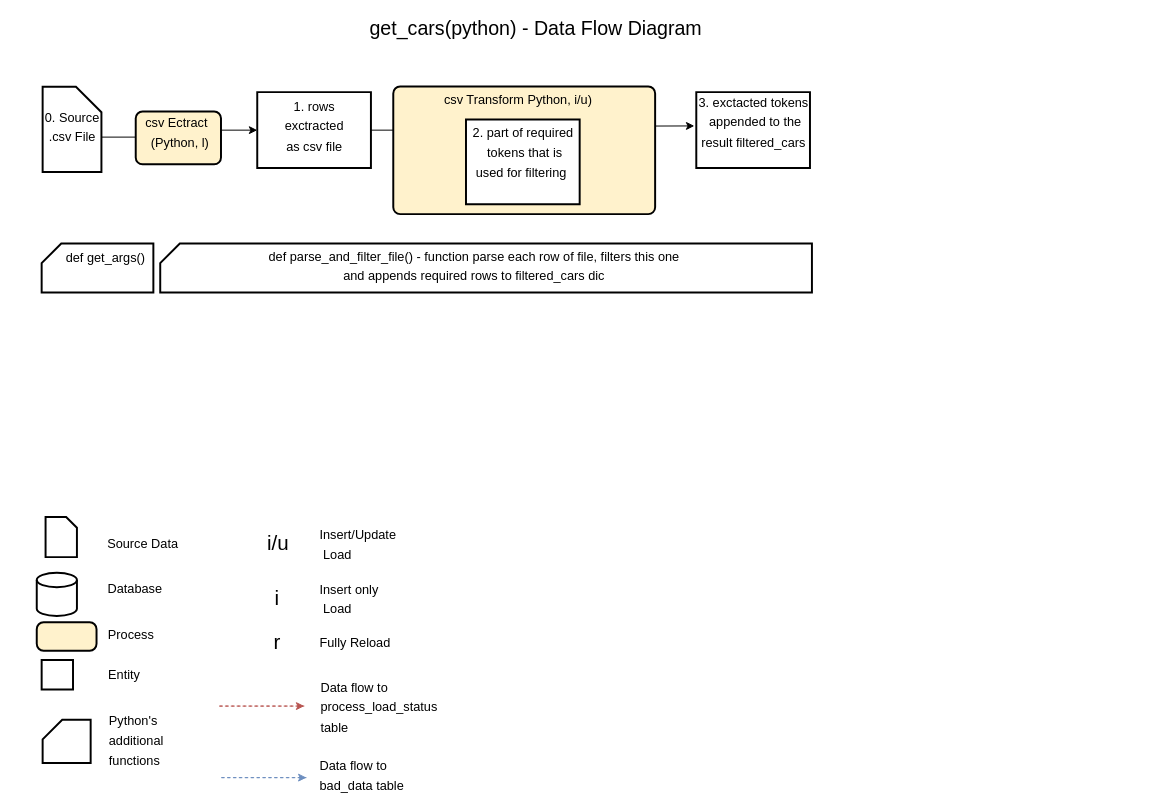
Above: page "DF Diagram" (1 of 4) of diagrams/get_cars(python) - data flow diagram.drawio in mrM0nk/data_engineer_2023 (draw.io), before the change. Source tidied: cells renumbered, new cells numbered last; positions are measured from the earlier drawing's top-left corner, leaving out a move shared by most shapes. Both pictures are drawn from the tidied source at 98%, with x=0, y=0 at pixel (32, 18).
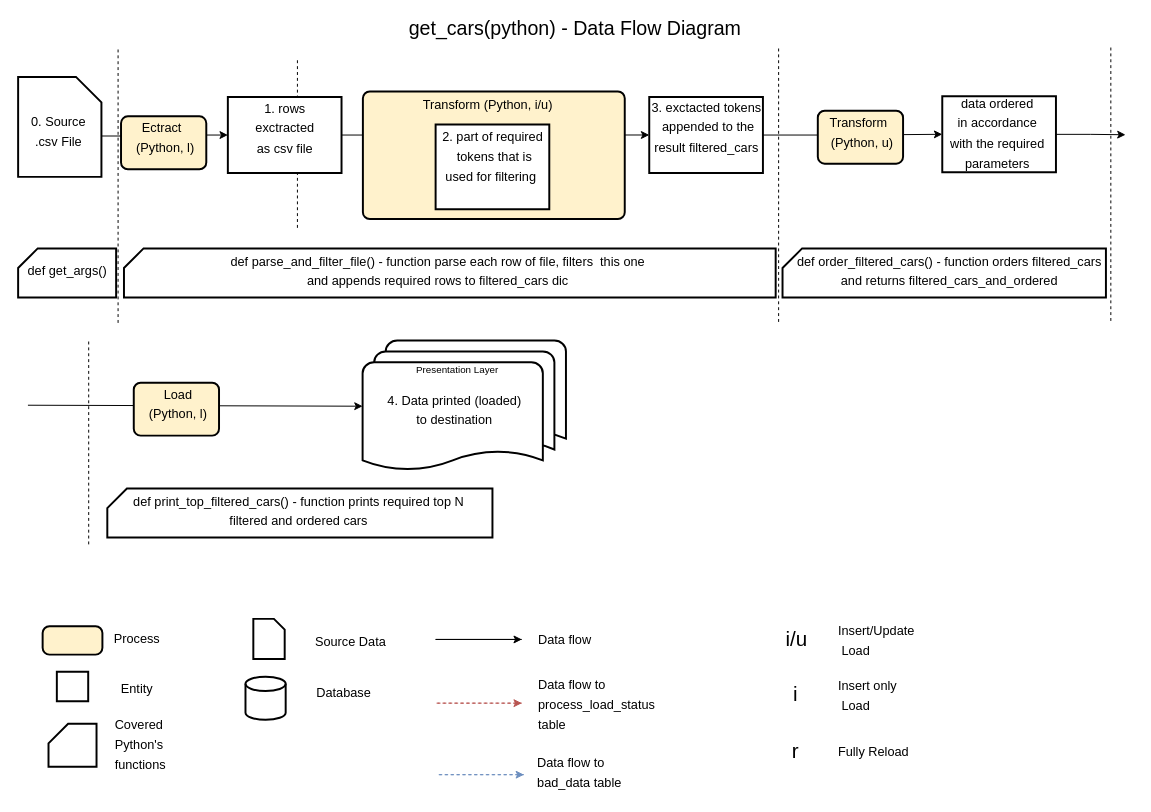
After the change.

Change to the diagram source:
```diff
@@
+    <mxCell id="41" style="endArrow=none;dashed=1;html=1;rounded=0;" parent="1" edge="1">
+      <mxGeometry relative="1" as="geometry">
+        <mxPoint x="270" y="214" as="sourcePoint" />
+        <mxPoint x="270" y="40.5" as="targetPoint" />
+      </mxGeometry>
+    </mxCell>
     <mxCell id="2" value="&lt;font style=&quot;font-size: 20px&quot;&gt;get_cars(python) - Data Flow Diagram&lt;/font&gt;" style="text;html=1;align=left;verticalAlign=top;spacingTop=-8;fontSize=14;spacingLeft=7;" parent="1" vertex="1">
-      <mxGeometry x="335" width="370" height="30" as="geometry" />
+      <mxGeometry x="375" width="370" height="30" as="geometry" />
     </mxCell>
@@
     <mxCell id="4" style="verticalLabelPosition=bottom;verticalAlign=top;html=1;strokeWidth=2;shape=card;whiteSpace=wrap;size=26;arcSize=12;startSize=26;fillColor=#FFFFFF;fontSize=17;direction=south;" parent="1" vertex="1">
-      <mxGeometry x="10" y="70" width="60" height="87" as="geometry" />
+      <mxGeometry x="-15" y="60" width="85" height="102" as="geometry" />
     </mxCell>
     <mxCell id="5" style="rounded=1;whiteSpace=wrap;html=1;absoluteArcSize=1;arcSize=14;strokeWidth=2;startSize=26;fillColor=#fff2cc;fontSize=17;" parent="1" vertex="1">
-      <mxGeometry x="105" y="95.2" width="87" height="54" as="geometry" />
+      <mxGeometry x="90" y="100.2" width="87" height="54" as="geometry" />
     </mxCell>
-    <mxCell id="6" value="&lt;font style=&quot;font-size: 13px&quot;&gt;csv Ectract&amp;nbsp;&amp;nbsp;&lt;br&gt;(Python, l)&lt;/font&gt;" style="text;html=1;align=center;verticalAlign=top;spacingTop=-4;fontSize=17;" parent="1" vertex="1">
-      <mxGeometry x="105" y="94.2" width="90" height="50" as="geometry" />
+    <mxCell id="6" value="&lt;font style=&quot;font-size: 13px&quot;&gt;Ectract&amp;nbsp;&amp;nbsp;&lt;br&gt;(Python, l)&lt;/font&gt;" style="text;html=1;align=center;verticalAlign=top;spacingTop=-4;fontSize=17;" parent="1" vertex="1">
+      <mxGeometry x="95" y="99.2" width="80" height="50" as="geometry" />
     </mxCell>
-    <mxCell id="7" style="edgeStyle=orthogonalEdgeStyle;rounded=0;jettySize=auto;html=1;" parent="1" edge="1" source="8">
-      <mxGeometry relative="1" as="geometry">
-        <mxPoint x="675" y="110" as="targetPoint" />
-      </mxGeometry>
+    <mxCell id="7" style="edgeStyle=orthogonalEdgeStyle;rounded=0;jettySize=auto;html=1;entryX=0;entryY=0;entryDx=0;entryDy=38.75;entryPerimeter=0;" parent="1" edge="1" source="8" target="39">
+      <mxGeometry relative="1" as="geometry" />
     </mxCell>
     <mxCell id="8" style="verticalLabelPosition=bottom;verticalAlign=top;html=1;strokeWidth=2;shape=card;whiteSpace=wrap;size=0;arcSize=12;startSize=26;fontSize=17;" parent="1" vertex="1">
-      <mxGeometry x="229" y="75.5" width="116" height="77.5" as="geometry" />
+      <mxGeometry x="199" y="80.5" width="116" height="77.5" as="geometry" />
     </mxCell>
     <mxCell id="9" value="&lt;font style=&quot;font-size: 13px&quot;&gt;0. Source&lt;br&gt;.csv File&lt;/font&gt;" style="text;html=1;align=center;verticalAlign=top;spacingTop=-4;fontSize=17;" parent="1" vertex="1">
-      <mxGeometry y="88.2" width="80" height="50" as="geometry" />
+      <mxGeometry x="-14" y="93.2" width="80" height="50" as="geometry" />
     </mxCell>
     <mxCell id="10" style="verticalLabelPosition=bottom;verticalAlign=top;html=1;strokeWidth=2;shape=card;whiteSpace=wrap;size=11;arcSize=12;startSize=26;fillColor=#FFFFFF;fontSize=17;direction=south;" parent="1" vertex="1">
-      <mxGeometry x="13" y="509" width="32" height="41" as="geometry" />
+      <mxGeometry x="225" y="613" width="32" height="41" as="geometry" />
     </mxCell>
     <mxCell id="11" value="&lt;font style=&quot;font-size: 13px&quot;&gt;Source&amp;nbsp;Data&lt;/font&gt;" style="text;html=1;align=center;verticalAlign=top;spacingTop=-4;fontSize=17;" parent="1" vertex="1">
-      <mxGeometry x="66.5" y="523" width="90" height="20" as="geometry" />
+      <mxGeometry x="278.5" y="623" width="90" height="20" as="geometry" />
     </mxCell>
     <mxCell id="12" style="strokeWidth=2;html=1;shape=mxgraph.flowchart.database;whiteSpace=wrap;startSize=26;fillColor=#FFFFFF;fontSize=17;" parent="1" vertex="1">
-      <mxGeometry x="4" y="566" width="41" height="44" as="geometry" />
+      <mxGeometry x="217" y="672" width="41" height="44" as="geometry" />
     </mxCell>
     <mxCell id="13" value="&lt;font style=&quot;font-size: 13px&quot;&gt;Database&lt;/font&gt;" style="text;html=1;align=center;verticalAlign=top;spacingTop=-4;fontSize=17;" parent="1" vertex="1">
-      <mxGeometry x="69" y="569" width="70" height="20" as="geometry" />
+      <mxGeometry x="282" y="675" width="70" height="20" as="geometry" />
     </mxCell>
     <mxCell id="14" style="rounded=1;whiteSpace=wrap;html=1;absoluteArcSize=1;arcSize=14;strokeWidth=2;startSize=26;fillColor=#fff2cc;fontSize=17;" parent="1" vertex="1">
-      <mxGeometry x="4" y="616.5" width="61" height="29" as="geometry" />
+      <mxGeometry x="10" y="620.5" width="61" height="29" as="geometry" />
     </mxCell>
     <mxCell id="15" style="verticalLabelPosition=bottom;verticalAlign=top;html=1;strokeWidth=2;shape=card;whiteSpace=wrap;size=0;arcSize=12;startSize=26;fontSize=17;" parent="1" vertex="1">
-      <mxGeometry x="9" y="655" width="32" height="30" as="geometry" />
+      <mxGeometry x="24.5" y="667" width="32" height="30" as="geometry" />
     </mxCell>
     <mxCell id="16" value="&lt;font style=&quot;font-size: 13px&quot;&gt;Process&lt;/font&gt;" style="text;html=1;align=center;verticalAlign=top;spacingTop=-4;fontSize=17;" parent="1" vertex="1">
-      <mxGeometry x="70" y="616" width="60" height="20" as="geometry" />
+      <mxGeometry x="76" y="620" width="60" height="20" as="geometry" />
     </mxCell>
     <mxCell id="17" value="&lt;font style=&quot;font-size: 13px&quot;&gt;Entity&lt;/font&gt;" style="text;html=1;align=center;verticalAlign=top;spacingTop=-4;fontSize=17;" parent="1" vertex="1">
-      <mxGeometry x="68" y="657" width="50" height="20" as="geometry" />
+      <mxGeometry x="81" y="671" width="50" height="20" as="geometry" />
     </mxCell>
     <mxCell id="18" value="&lt;font style=&quot;font-size: 13px&quot;&gt;Insert only&lt;br&gt;&amp;nbsp;Load&lt;/font&gt;" style="text;html=1;align=left;verticalAlign=top;spacingTop=-4;fontSize=17;" parent="1" vertex="1">
-      <mxGeometry x="290.5" y="570" width="80" height="40" as="geometry" />
+      <mxGeometry x="819.5" y="668" width="80" height="40" as="geometry" />
     </mxCell>
     <mxCell id="19" value="&lt;font style=&quot;font-size: 21px&quot;&gt;i&lt;/font&gt;" style="text;html=1;align=center;verticalAlign=top;spacingTop=-4;fontSize=17;" parent="1" vertex="1">
-      <mxGeometry x="239" y="576" width="20" height="20" as="geometry" />
+      <mxGeometry x="768" y="674" width="20" height="20" as="geometry" />
     </mxCell>
     <mxCell id="20" value="&lt;font style=&quot;font-size: 13px&quot;&gt;Insert/Update&lt;br&gt;&amp;nbsp;Load&lt;/font&gt;" style="text;html=1;align=left;verticalAlign=top;spacingTop=-4;fontSize=17;" parent="1" vertex="1">
-      <mxGeometry x="290.5" y="514" width="90" height="40" as="geometry" />
+      <mxGeometry x="819.5" y="612" width="90" height="40" as="geometry" />
     </mxCell>
     <mxCell id="21" value="&lt;font style=&quot;font-size: 21px&quot;&gt;i/u&lt;/font&gt;" style="text;html=1;align=center;verticalAlign=top;spacingTop=-4;fontSize=17;" parent="1" vertex="1">
-      <mxGeometry x="230" y="520" width="40" height="20" as="geometry" />
+      <mxGeometry x="759" y="618" width="40" height="20" as="geometry" />
     </mxCell>
     <mxCell id="22" style="edgeStyle=orthogonalEdgeStyle;rounded=0;orthogonalLoop=1;jettySize=auto;html=1;dashed=1;startArrow=none;startFill=0;startSize=6;endArrow=classic;endFill=1;fontSize=17;fillColor=#f8cecc;strokeColor=#b85450;" parent="1" edge="1">
       <mxGeometry relative="1" as="geometry">
-        <mxPoint x="277" y="702" as="sourcePoint" />
-        <mxPoint x="277" y="702" as="targetPoint" />
+        <mxPoint x="499" y="699" as="sourcePoint" />
+        <mxPoint x="499" y="699" as="targetPoint" />
         <Array as="points">
-          <mxPoint x="189" y="702" />
-          <mxPoint x="465" y="702" />
+          <mxPoint x="411" y="699" />
+          <mxPoint x="687" y="699" />
         </Array>
       </mxGeometry>
     </mxCell>
     <mxCell id="23" style="edgeStyle=orthogonalEdgeStyle;rounded=0;orthogonalLoop=1;jettySize=auto;html=1;dashed=1;startArrow=none;startFill=0;startSize=6;endArrow=classic;endFill=1;fontSize=17;fillColor=#dae8fc;strokeColor=#6c8ebf;" parent="1" edge="1">
       <mxGeometry relative="1" as="geometry">
-        <mxPoint x="279.2" y="775" as="sourcePoint" />
-        <mxPoint x="279.2" y="775" as="targetPoint" />
+        <mxPoint x="501.2" y="772" as="sourcePoint" />
+        <mxPoint x="501.2" y="772" as="targetPoint" />
         <Array as="points">
-          <mxPoint x="191" y="775" />
-          <mxPoint x="467" y="775" />
+          <mxPoint x="413" y="772" />
+          <mxPoint x="689" y="772" />
         </Array>
       </mxGeometry>
     </mxCell>
     <mxCell id="24" value="&lt;font style=&quot;font-size: 13px&quot;&gt;Data flow to&lt;br&gt;process_load_status&lt;br&gt;table&lt;/font&gt;" style="text;html=1;align=left;verticalAlign=top;spacingTop=-4;fontSize=17;" parent="1" vertex="1">
-      <mxGeometry x="292" y="670" width="130" height="60" as="geometry" />
+      <mxGeometry x="514" y="667" width="130" height="60" as="geometry" />
     </mxCell>
     <mxCell id="25" value="&lt;font style=&quot;font-size: 13px&quot;&gt;Data flow to&lt;br&gt;bad_data&amp;nbsp;table&lt;/font&gt;" style="text;html=1;align=left;verticalAlign=top;spacingTop=-4;fontSize=17;" parent="1" vertex="1">
-      <mxGeometry x="291" y="750" width="100" height="40" as="geometry" />
+      <mxGeometry x="513" y="747" width="100" height="40" as="geometry" />
     </mxCell>
     <mxCell id="26" style="verticalLabelPosition=bottom;verticalAlign=top;html=1;strokeWidth=2;shape=card;whiteSpace=wrap;size=20;arcSize=12;" parent="1" vertex="1">
-      <mxGeometry x="10" y="716" width="49" height="44" as="geometry" />
+      <mxGeometry x="16" y="720" width="49" height="44" as="geometry" />
     </mxCell>
-    <mxCell id="27" value="&lt;span style=&quot;font-size: 13px;&quot;&gt;Python's &lt;br&gt;additional&lt;br&gt;functions&lt;/span&gt;" style="text;html=1;align=left;verticalAlign=top;spacingTop=-4;fontSize=17;" parent="1" vertex="1">
-      <mxGeometry x="75.5" y="704" width="80" height="70" as="geometry" />
+    <mxCell id="27" value="&lt;span style=&quot;font-size: 13px;&quot;&gt;Covered&lt;br&gt;Python's &lt;br&gt;functions&lt;/span&gt;" style="text;html=1;align=left;verticalAlign=top;spacingTop=-4;fontSize=17;" parent="1" vertex="1">
+      <mxGeometry x="81.5" y="708" width="80" height="70" as="geometry" />
     </mxCell>
     <mxCell id="28" value="&lt;span style=&quot;font-size: 13px&quot;&gt;Fully Reload&lt;/span&gt;" style="text;html=1;align=left;verticalAlign=top;spacingTop=-4;fontSize=17;" parent="1" vertex="1">
-      <mxGeometry x="291" y="623.5" width="90" height="20" as="geometry" />
+      <mxGeometry x="820" y="734.5" width="90" height="20" as="geometry" />
     </mxCell>
     <mxCell id="29" value="&lt;font style=&quot;font-size: 21px&quot;&gt;r&lt;/font&gt;" style="text;html=1;align=center;verticalAlign=top;spacingTop=-4;fontSize=17;" parent="1" vertex="1">
-      <mxGeometry x="239" y="620.5" width="20" height="20" as="geometry" />
+      <mxGeometry x="768" y="731.5" width="20" height="20" as="geometry" />
     </mxCell>
     <mxCell id="30" style="verticalLabelPosition=bottom;verticalAlign=top;html=1;strokeWidth=2;shape=card;whiteSpace=wrap;size=20;arcSize=12;" parent="1" vertex="1">
-      <mxGeometry x="9" y="230" width="114" height="50" as="geometry" />
+      <mxGeometry x="-15" y="235" width="100" height="50" as="geometry" />
     </mxCell>
     <mxCell id="31" value="&lt;span style=&quot;font-size: 13px;&quot;&gt;def get_args()&lt;/span&gt;" style="text;html=1;align=center;verticalAlign=top;spacingTop=-4;fontSize=17;" parent="1" vertex="1">
-      <mxGeometry x="24" y="231" width="100" height="30" as="geometry" />
+      <mxGeometry x="-15.5" y="245" width="100" height="30" as="geometry" />
     </mxCell>
     <mxCell id="32" value="&lt;span style=&quot;font-size: 13px;&quot;&gt;1. rows &lt;br&gt;exctracted &lt;br&gt;as csv file&lt;/span&gt;" style="text;html=1;align=center;verticalAlign=top;spacingTop=-4;fontSize=17;" parent="1" vertex="1">
-      <mxGeometry x="247" y="77.2" width="80" height="70" as="geometry" />
+      <mxGeometry x="217" y="79.2" width="80" height="70" as="geometry" />
     </mxCell>
     <mxCell id="33" style="rounded=1;whiteSpace=wrap;html=1;absoluteArcSize=1;arcSize=14;strokeWidth=2;startSize=26;fillColor=#fff2cc;fontSize=17;" parent="1" vertex="1">
-      <mxGeometry x="367.8" y="69.8" width="267.2" height="130.2" as="geometry" />
+      <mxGeometry x="336.8" y="74.8" width="267.2" height="130.2" as="geometry" />
     </mxCell>
-    <mxCell id="34" value="&lt;font style=&quot;font-size: 13px&quot;&gt;csv Transform Python, i/u)&lt;/font&gt;" style="text;html=1;align=center;verticalAlign=top;spacingTop=-4;fontSize=17;" parent="1" vertex="1">
-      <mxGeometry x="410" y="70.2" width="170" height="30" as="geometry" />
+    <mxCell id="34" value="&lt;font style=&quot;font-size: 13px&quot;&gt;Transform (Python, i/u)&lt;/font&gt;" style="text;html=1;align=center;verticalAlign=top;spacingTop=-4;fontSize=17;" parent="1" vertex="1">
+      <mxGeometry x="384" y="75.2" width="160" height="30" as="geometry" />
     </mxCell>
     <mxCell id="35" style="verticalLabelPosition=bottom;verticalAlign=top;html=1;strokeWidth=2;shape=card;whiteSpace=wrap;size=0;arcSize=12;startSize=26;fontSize=17;" parent="1" vertex="1">
-      <mxGeometry x="442" y="103.5" width="116" height="86.5" as="geometry" />
+      <mxGeometry x="411" y="108.5" width="116" height="86.5" as="geometry" />
     </mxCell>
     <mxCell id="36" value="&lt;span style=&quot;font-size: 13px;&quot;&gt;2. part of required&lt;br&gt;&amp;nbsp;tokens&amp;nbsp;that is &lt;br&gt;used for filtering&amp;nbsp;&lt;br&gt;&lt;/span&gt;" style="text;html=1;align=center;verticalAlign=top;spacingTop=-4;fontSize=17;" parent="1" vertex="1">
-      <mxGeometry x="435" y="104" width="130" height="70" as="geometry" />
+      <mxGeometry x="404" y="108" width="130" height="70" as="geometry" />
     </mxCell>
     <mxCell id="37" style="verticalLabelPosition=bottom;verticalAlign=top;html=1;strokeWidth=2;shape=card;whiteSpace=wrap;size=20;arcSize=12;" parent="1" vertex="1">
-      <mxGeometry x="130" y="230" width="665" height="50" as="geometry" />
+      <mxGeometry x="93" y="235" width="665" height="50" as="geometry" />
     </mxCell>
-    <mxCell id="38" value="&lt;span style=&quot;font-size: 13px;&quot;&gt;def parse_and_filter_file() - function parse each row of file, filters this one &lt;br&gt;and appends required rows to filtered_cars dic&lt;/span&gt;" style="text;html=1;align=center;verticalAlign=top;spacingTop=-4;fontSize=17;" parent="1" vertex="1">
-      <mxGeometry x="230" y="230" width="440" height="50" as="geometry" />
+    <mxCell id="38" value="&lt;span style=&quot;font-size: 13px;&quot;&gt;def parse_and_filter_file() - function parse each row of file, filters&amp;nbsp; this one &lt;br&gt;and appends required rows to filtered_cars dic&lt;/span&gt;" style="text;html=1;align=center;verticalAlign=top;spacingTop=-4;fontSize=17;" parent="1" vertex="1">
+      <mxGeometry x="188" y="235" width="450" height="50" as="geometry" />
     </mxCell>
+    <mxCell id="42" style="edgeStyle=orthogonalEdgeStyle;rounded=0;jettySize=auto;html=1;entryX=0;entryY=0;entryDx=0;entryDy=38.75;entryPerimeter=0;" parent="1" edge="1" source="39" target="46">
+      <mxGeometry relative="1" as="geometry" />
+    </mxCell>
     <mxCell id="39" style="verticalLabelPosition=bottom;verticalAlign=top;html=1;strokeWidth=2;shape=card;whiteSpace=wrap;size=0;arcSize=12;startSize=26;fontSize=17;" parent="1" vertex="1">
-      <mxGeometry x="677" y="75.5" width="116" height="77.5" as="geometry" />
+      <mxGeometry x="629" y="80.5" width="116" height="77.5" as="geometry" />
     </mxCell>
     <mxCell id="40" value="&lt;span style=&quot;font-size: 13px;&quot;&gt;3. exctacted tokens&amp;nbsp;&lt;br&gt;appended to the&lt;br&gt;result filtered_cars&amp;nbsp;&lt;br&gt;&lt;/span&gt;" style="text;html=1;align=center;verticalAlign=top;spacingTop=-4;fontSize=17;" parent="1" vertex="1">
-      <mxGeometry x="667" y="73.2" width="140" height="70" as="geometry" />
+      <mxGeometry x="619" y="78.2" width="140" height="70" as="geometry" />
     </mxCell>
+    <mxCell id="43" style="rounded=1;whiteSpace=wrap;html=1;absoluteArcSize=1;arcSize=14;strokeWidth=2;startSize=26;fillColor=#fff2cc;fontSize=17;" parent="1" vertex="1">
+      <mxGeometry x="801" y="94.5" width="87" height="54" as="geometry" />
+    </mxCell>
+    <mxCell id="44" value="&lt;font style=&quot;font-size: 13px&quot;&gt;Transform&amp;nbsp;&amp;nbsp;&lt;br&gt;(Python, u)&lt;/font&gt;" style="text;html=1;align=center;verticalAlign=top;spacingTop=-4;fontSize=17;" parent="1" vertex="1">
+      <mxGeometry x="801" y="93.5" width="90" height="50" as="geometry" />
+    </mxCell>
+    <mxCell id="45" style="edgeStyle=orthogonalEdgeStyle;rounded=0;jettySize=auto;html=1;" parent="1" edge="1" source="46">
+      <mxGeometry relative="1" as="geometry">
+        <mxPoint x="1115" y="119" as="targetPoint" />
+      </mxGeometry>
+    </mxCell>
+    <mxCell id="46" style="verticalLabelPosition=bottom;verticalAlign=top;html=1;strokeWidth=2;shape=card;whiteSpace=wrap;size=0;arcSize=12;startSize=26;fontSize=17;" parent="1" vertex="1">
+      <mxGeometry x="928" y="79.8" width="116" height="77.5" as="geometry" />
+    </mxCell>
+    <mxCell id="47" value="&lt;font style=&quot;font-size: 13px;&quot;&gt;data ordered&lt;br&gt;in accordance&lt;br&gt;with the required&lt;br&gt;parameters&lt;/font&gt;" style="text;html=1;align=center;verticalAlign=top;spacingTop=-4;fontSize=17;" parent="1" vertex="1">
+      <mxGeometry x="924" y="74.2" width="120" height="90" as="geometry" />
+    </mxCell>
+    <mxCell id="48" style="verticalLabelPosition=bottom;verticalAlign=top;html=1;strokeWidth=2;shape=card;whiteSpace=wrap;size=20;arcSize=12;" parent="1" vertex="1">
+      <mxGeometry x="765" y="235" width="330" height="50" as="geometry" />
+    </mxCell>
+    <mxCell id="49" value="&lt;span style=&quot;font-size: 13px;&quot;&gt;def order_filtered_cars() - function orders filtered_cars&lt;br&gt;and returns filtered_cars_and_ordered&lt;br&gt;&lt;/span&gt;" style="text;html=1;align=center;verticalAlign=top;spacingTop=-4;fontSize=17;" parent="1" vertex="1">
+      <mxGeometry x="770" y="235" width="330" height="50" as="geometry" />
+    </mxCell>
+    <mxCell id="50" style="edgeStyle=orthogonalEdgeStyle;rounded=0;jettySize=auto;html=1;entryX=0;entryY=0.5;entryDx=0;entryDy=0;entryPerimeter=0;" parent="1" edge="1" target="55">
+      <mxGeometry relative="1" as="geometry">
+        <mxPoint x="-5" y="395" as="sourcePoint" />
+      </mxGeometry>
+    </mxCell>
+    <mxCell id="51" style="rounded=1;whiteSpace=wrap;html=1;absoluteArcSize=1;arcSize=14;strokeWidth=2;startSize=26;fillColor=#fff2cc;fontSize=17;" parent="1" vertex="1">
+      <mxGeometry x="103" y="372" width="87" height="54" as="geometry" />
+    </mxCell>
+    <mxCell id="52" value="&lt;font style=&quot;font-size: 13px&quot;&gt;Load&lt;br&gt;(Python, l)&lt;/font&gt;" style="text;html=1;align=center;verticalAlign=top;spacingTop=-4;fontSize=17;" parent="1" vertex="1">
+      <mxGeometry x="108" y="371" width="80" height="50" as="geometry" />
+    </mxCell>
+    <mxCell id="53" style="verticalLabelPosition=bottom;verticalAlign=top;html=1;strokeWidth=2;shape=card;whiteSpace=wrap;size=20;arcSize=12;" parent="1" vertex="1">
+      <mxGeometry x="76" y="480" width="393" height="50" as="geometry" />
+    </mxCell>
+    <mxCell id="54" value="&lt;span style=&quot;font-size: 13px;&quot;&gt;def print_top_filtered_cars() - function prints required top N&lt;br&gt;filtered and ordered cars&lt;br&gt;&lt;/span&gt;" style="text;html=1;align=center;verticalAlign=top;spacingTop=-4;fontSize=17;" parent="1" vertex="1">
+      <mxGeometry x="90.5" y="480" width="360" height="50" as="geometry" />
+    </mxCell>
+    <mxCell id="55" style="strokeWidth=2;html=1;shape=mxgraph.flowchart.multi-document;whiteSpace=wrap;startSize=26;fillColor=#FFFFFF;fontSize=17;" parent="1" vertex="1">
+      <mxGeometry x="336.5" y="329" width="207.5" height="134" as="geometry" />
+    </mxCell>
+    <mxCell id="56" value="&lt;font style=&quot;font-size: 10px&quot;&gt;Presentation Layer&lt;br&gt;&lt;/font&gt;" style="text;html=1;align=center;verticalAlign=top;spacingTop=-4;fontSize=17;" parent="1" vertex="1">
+      <mxGeometry x="378" y="345" width="110" height="30" as="geometry" />
+    </mxCell>
+    <mxCell id="57" value="&lt;span style=&quot;font-size: 13px;&quot;&gt;4. Data printed (loaded)&lt;br&gt;to destination&lt;br&gt;&lt;/span&gt;" style="text;html=1;align=center;verticalAlign=top;spacingTop=-4;fontSize=17;" parent="1" vertex="1">
+      <mxGeometry x="349.5" y="377" width="160" height="50" as="geometry" />
+    </mxCell>
+    <mxCell id="58" style="edgeStyle=orthogonalEdgeStyle;rounded=0;orthogonalLoop=1;jettySize=auto;html=1;startArrow=none;startFill=0;startSize=6;endArrow=classic;endFill=1;fontSize=17;fillColor=#f8cecc;strokeColor=#000000;" parent="1" edge="1">
+      <mxGeometry relative="1" as="geometry">
+        <mxPoint x="499" y="634" as="sourcePoint" />
+        <mxPoint x="499" y="634" as="targetPoint" />
+        <Array as="points">
+          <mxPoint x="411" y="634" />
+          <mxPoint x="687" y="634" />
+        </Array>
+      </mxGeometry>
+    </mxCell>
+    <mxCell id="59" value="&lt;font style=&quot;font-size: 13px&quot;&gt;Data flow&amp;nbsp;&lt;/font&gt;" style="text;html=1;align=left;verticalAlign=top;spacingTop=-4;fontSize=17;" parent="1" vertex="1">
+      <mxGeometry x="514" y="620.5" width="80" height="30" as="geometry" />
+    </mxCell>
+    <mxCell id="60" style="endArrow=none;dashed=1;html=1;rounded=0;" parent="1" edge="1">
+      <mxGeometry relative="1" as="geometry">
+        <mxPoint x="87" y="311" as="sourcePoint" />
+        <mxPoint x="87" y="31" as="targetPoint" />
+      </mxGeometry>
+    </mxCell>
+    <mxCell id="61" style="endArrow=none;dashed=1;html=1;rounded=0;" parent="1" edge="1">
+      <mxGeometry relative="1" as="geometry">
+        <mxPoint x="761" y="310" as="sourcePoint" />
+        <mxPoint x="761" y="30" as="targetPoint" />
+      </mxGeometry>
+    </mxCell>
+    <mxCell id="62" style="endArrow=none;dashed=1;html=1;rounded=0;" parent="1" edge="1">
+      <mxGeometry relative="1" as="geometry">
+        <mxPoint x="1100" y="309" as="sourcePoint" />
+        <mxPoint x="1100" y="29" as="targetPoint" />
+      </mxGeometry>
+    </mxCell>
+    <mxCell id="63" style="endArrow=none;dashed=1;html=1;rounded=0;" parent="1" edge="1">
+      <mxGeometry relative="1" as="geometry">
+        <mxPoint x="57" y="537" as="sourcePoint" />
+        <mxPoint x="57" y="327" as="targetPoint" />
+      </mxGeometry>
+    </mxCell>
```
